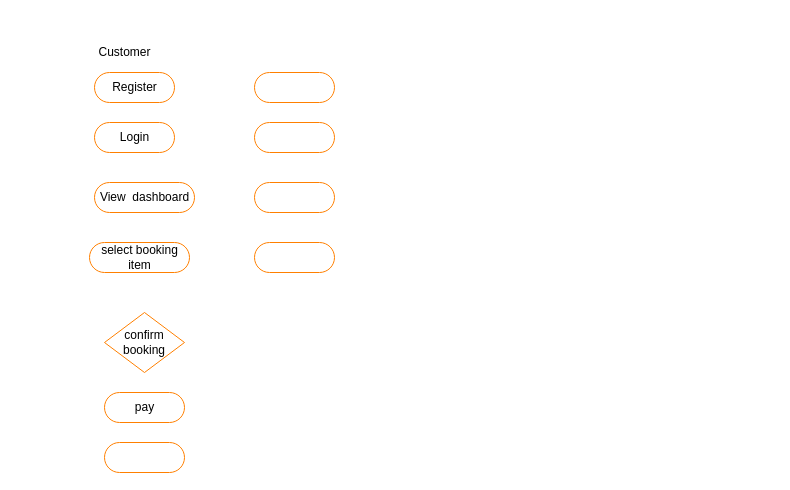
The draw.io diagram component/Untitled Diagram.drawio in ssaymanasrin10/sp2, before the edit. Source tidied: cells renumbered, new cells numbered last; positions are measured from the earlier drawing's top-left corner, leaving out a move shared by most shapes. Both pictures are drawn from the tidied source at 100%, with x=0, y=0 at pixel (89, 42).
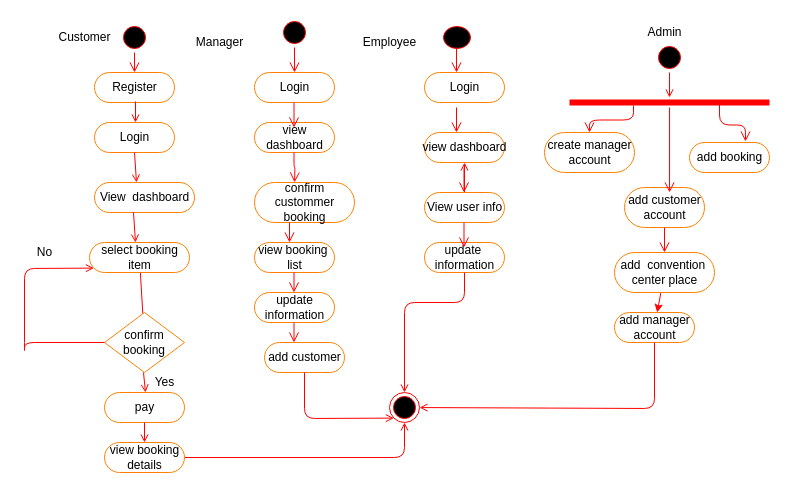
The same page after the edit.

Unchanged cells that the change refers to:
```xml
<mxCell id="2" value="Register" style="html=1;dashed=0;whitespace=wrap;shape=mxgraph.dfd.start;strokeColor=#FF8000;" parent="1" vertex="1">
  <mxGeometry x="5" y="30" width="80" height="30" as="geometry" />
</mxCell>
<mxCell id="5" value="select booking&lt;br&gt;item" style="html=1;dashed=0;whitespace=wrap;shape=mxgraph.dfd.start;strokeColor=#FF8000;" parent="1" vertex="1">
  <mxGeometry y="200" width="100" height="30" as="geometry" />
</mxCell>
<mxCell id="6" value="pay" style="html=1;dashed=0;whitespace=wrap;shape=mxgraph.dfd.start;strokeColor=#FF8000;" parent="1" vertex="1">
  <mxGeometry x="15" y="350" width="80" height="30" as="geometry" />
</mxCell>
<mxCell id="7" value="confirm booking" style="rhombus;whiteSpace=wrap;html=1;strokeColor=#FF8000;" parent="1" vertex="1">
  <mxGeometry x="15" y="270" width="80" height="60" as="geometry" />
</mxCell>
```

Change to the diagram source:
```diff
@@
+    <mxCell id="14" style="edgeStyle=none;rounded=1;jettySize=auto;html=1;startArrow=none;startFill=0;endArrow=none;endFill=0;strokeColor=#FF0000;" parent="1" edge="1" source="5" target="7">
+      <mxGeometry relative="1" as="geometry" />
+    </mxCell>
@@
     <mxCell id="8" value="Customer" style="text;html=1;align=center;verticalAlign=middle;strokeColor=none;" parent="1" vertex="1">
-      <mxGeometry width="70" height="20" as="geometry" />
+      <mxGeometry x="-40" y="-15" width="70" height="20" as="geometry" />
     </mxCell>
-    <mxCell id="9" style="html=1;dashed=0;whitespace=wrap;shape=mxgraph.dfd.start;strokeColor=#FF8000;" parent="1" vertex="1">
-      <mxGeometry x="15" y="400" width="80" height="30" as="geometry" />
-    </mxCell>
-    <mxCell id="10" style="html=1;dashed=0;whitespace=wrap;shape=mxgraph.dfd.start;strokeColor=#FF8000;" parent="1" vertex="1">
-      <mxGeometry x="165" y="140" width="80" height="30" as="geometry" />
-    </mxCell>
-    <mxCell id="11" style="html=1;dashed=0;whitespace=wrap;shape=mxgraph.dfd.start;strokeColor=#FF8000;" parent="1" vertex="1">
-      <mxGeometry x="165" y="30" width="80" height="30" as="geometry" />
-    </mxCell>
-    <mxCell id="12" style="html=1;dashed=0;whitespace=wrap;shape=mxgraph.dfd.start;strokeColor=#FF8000;" parent="1" vertex="1">
-      <mxGeometry x="165" y="80" width="80" height="30" as="geometry" />
-    </mxCell>
-    <mxCell id="13" style="html=1;dashed=0;whitespace=wrap;shape=mxgraph.dfd.start;strokeColor=#FF8000;" parent="1" vertex="1">
-      <mxGeometry x="165" y="200" width="80" height="30" as="geometry" />
-    </mxCell>
+    <mxCell id="15" style="edgeStyle=none;rounded=1;jettySize=auto;html=1;startArrow=open;startFill=0;endArrow=none;endFill=0;strokeColor=#FF0000;entryX=1;entryY=0.5;entryDx=0;entryDy=0;entryPerimeter=0;exitX=0.5;exitY=1;exitDx=0;exitDy=0;" parent="1" edge="1" source="45" target="16">
+      <mxGeometry relative="1" as="geometry">
+        <Array as="points">
+          <mxPoint x="315" y="415" />
+        </Array>
+      </mxGeometry>
+    </mxCell>
+    <mxCell id="16" value="view booking&lt;br&gt;details" style="html=1;dashed=0;whitespace=wrap;shape=mxgraph.dfd.start;strokeColor=#FF8000;" parent="1" vertex="1">
+      <mxGeometry x="15" y="400" width="80" height="30" as="geometry" />
+    </mxCell>
+    <mxCell id="17" value="confirm &lt;br&gt;custommer&lt;br&gt;booking" style="html=1;dashed=0;whitespace=wrap;shape=mxgraph.dfd.start;strokeColor=#FF8000;" parent="1" vertex="1">
+      <mxGeometry x="165" y="140" width="100" height="40" as="geometry" />
+    </mxCell>
+    <mxCell id="18" value="Login" style="html=1;dashed=0;whitespace=wrap;shape=mxgraph.dfd.start;strokeColor=#FF8000;" parent="1" vertex="1">
+      <mxGeometry x="165" y="30" width="80" height="30" as="geometry" />
+    </mxCell>
+    <mxCell id="19" value="view &lt;br&gt;dashboard" style="html=1;dashed=0;whitespace=wrap;shape=mxgraph.dfd.start;strokeColor=#FF8000;" parent="1" vertex="1">
+      <mxGeometry x="165" y="80" width="80" height="30" as="geometry" />
+    </mxCell>
+    <mxCell id="20" value="view booking&amp;nbsp;&lt;br&gt;list" style="html=1;dashed=0;whitespace=wrap;shape=mxgraph.dfd.start;strokeColor=#FF8000;" parent="1" vertex="1">
+      <mxGeometry x="165" y="200" width="80" height="30" as="geometry" />
+    </mxCell>
+    <mxCell id="21" value="update&lt;br&gt;information" style="html=1;dashed=0;whitespace=wrap;shape=mxgraph.dfd.start;strokeColor=#FF8000;" parent="1" vertex="1">
+      <mxGeometry x="165" y="250" width="80" height="30" as="geometry" />
+    </mxCell>
+    <mxCell id="22" value="add customer" style="html=1;dashed=0;whitespace=wrap;shape=mxgraph.dfd.start;strokeColor=#FF8000;" parent="1" vertex="1">
+      <mxGeometry x="175" y="300" width="80" height="30" as="geometry" />
+    </mxCell>
+    <mxCell id="23" value="Login" style="html=1;dashed=0;whitespace=wrap;shape=mxgraph.dfd.start;strokeColor=#FF8000;" parent="1" vertex="1">
+      <mxGeometry x="335" y="30" width="80" height="30" as="geometry" />
+    </mxCell>
+    <mxCell id="24" value="Manager" style="text;html=1;align=center;verticalAlign=middle;strokeColor=none;" parent="1" vertex="1">
+      <mxGeometry x="100" y="-10" width="60" height="20" as="geometry" />
+    </mxCell>
+    <mxCell id="25" style="edgeStyle=none;rounded=1;jettySize=auto;html=1;startArrow=none;startFill=0;endArrow=open;endFill=0;strokeColor=#FF0000;" parent="1" edge="1" source="26" target="27">
+      <mxGeometry relative="1" as="geometry" />
+    </mxCell>
+    <mxCell id="26" value="View user info" style="html=1;dashed=0;whitespace=wrap;shape=mxgraph.dfd.start;strokeColor=#FF8000;" parent="1" vertex="1">
+      <mxGeometry x="335" y="150" width="80" height="30" as="geometry" />
+    </mxCell>
+    <mxCell id="27" value="view dashboard" style="html=1;dashed=0;whitespace=wrap;shape=mxgraph.dfd.start;strokeColor=#FF8000;" parent="1" vertex="1">
+      <mxGeometry x="335" y="90" width="80" height="30" as="geometry" />
+    </mxCell>
+    <mxCell id="28" value="update&amp;nbsp; &lt;br&gt;information" style="html=1;dashed=0;whitespace=wrap;shape=mxgraph.dfd.start;strokeColor=#FF8000;" parent="1" vertex="1">
+      <mxGeometry x="335" y="200" width="80" height="30" as="geometry" />
+    </mxCell>
+    <mxCell id="29" value="Employee" style="text;html=1;align=center;verticalAlign=middle;strokeColor=none;" parent="1" vertex="1">
+      <mxGeometry x="265" y="-10" width="70" height="20" as="geometry" />
+    </mxCell>
+    <mxCell id="30" value="create manager&lt;br&gt;account" style="html=1;dashed=0;whitespace=wrap;shape=mxgraph.dfd.start;strokeColor=#FF8000;" parent="1" vertex="1">
+      <mxGeometry x="455" y="90" width="90" height="40" as="geometry" />
+    </mxCell>
+    <mxCell id="31" style="edgeStyle=none;rounded=1;jettySize=auto;html=1;strokeColor=#FF0000;" parent="1" edge="1" source="32" target="35">
+      <mxGeometry relative="1" as="geometry" />
+    </mxCell>
+    <mxCell id="32" value="add&amp;nbsp; convention&amp;nbsp;&lt;br&gt;center place" style="html=1;dashed=0;whitespace=wrap;shape=mxgraph.dfd.start;strokeColor=#FF8000;" parent="1" vertex="1">
+      <mxGeometry x="525" y="210" width="100" height="40" as="geometry" />
+    </mxCell>
+    <mxCell id="33" value="add customer&lt;br&gt;account" style="html=1;dashed=0;whitespace=wrap;shape=mxgraph.dfd.start;strokeColor=#FF8000;" parent="1" vertex="1">
+      <mxGeometry x="535" y="145" width="80" height="40" as="geometry" />
+    </mxCell>
+    <mxCell id="34" value="add booking" style="html=1;dashed=0;whitespace=wrap;shape=mxgraph.dfd.start;strokeColor=#FF8000;" parent="1" vertex="1">
+      <mxGeometry x="600" y="100" width="80" height="30" as="geometry" />
+    </mxCell>
+    <mxCell id="35" value="add manager&lt;br&gt;account" style="html=1;dashed=0;whitespace=wrap;shape=mxgraph.dfd.start;strokeColor=#FF8000;" parent="1" vertex="1">
+      <mxGeometry x="525" y="270" width="80" height="30" as="geometry" />
+    </mxCell>
+    <mxCell id="36" value="Admin" style="text;html=1;align=center;verticalAlign=middle;strokeColor=none;" parent="1" vertex="1">
+      <mxGeometry x="550" y="-20" width="50" height="20" as="geometry" />
+    </mxCell>
+    <mxCell id="37" style="ellipse;html=1;shape=startState;fillColor=#000000;strokeColor=#ff0000;" parent="1" vertex="1">
+      <mxGeometry x="565" width="30" height="30" as="geometry" />
+    </mxCell>
+    <mxCell id="38" style="edgeStyle=orthogonalEdgeStyle;rounded=0;jettySize=auto;html=1;endArrow=none;endFill=0;strokeColor=#FF0000;startArrow=open;startFill=0;" parent="1" edge="1" source="39" target="37">
+      <mxGeometry relative="1" as="geometry" />
+    </mxCell>
+    <mxCell id="39" style="shape=line;html=1;strokeWidth=6;strokeColor=#ff0000;" parent="1" vertex="1">
+      <mxGeometry x="480" y="55" width="200" height="10" as="geometry" />
+    </mxCell>
+    <mxCell id="40" style="edgeStyle=orthogonalEdgeStyle;html=1;verticalAlign=bottom;endArrow=open;endSize=8;strokeColor=#ff0000;entryX=0.563;entryY=0.125;entryDx=0;entryDy=0;entryPerimeter=0;" parent="1" edge="1" source="39" target="33">
+      <mxGeometry relative="1" as="geometry" />
+    </mxCell>
+    <mxCell id="41" style="edgeStyle=orthogonalEdgeStyle;html=1;verticalAlign=bottom;endArrow=open;endSize=8;strokeColor=#ff0000;entryX=0.7;entryY=-0.033;entryDx=0;entryDy=0;entryPerimeter=0;exitX=0.75;exitY=0.5;exitDx=0;exitDy=0;exitPerimeter=0;" parent="1" edge="1" source="39" target="34">
+      <mxGeometry relative="1" as="geometry" />
+    </mxCell>
+    <mxCell id="42" style="edgeStyle=orthogonalEdgeStyle;html=1;verticalAlign=bottom;endArrow=open;endSize=8;strokeColor=#ff0000;exitX=0.32;exitY=0.8;exitDx=0;exitDy=0;exitPerimeter=0;" parent="1" edge="1" source="39" target="30">
+      <mxGeometry relative="1" as="geometry" />
+    </mxCell>
+    <mxCell id="43" style="html=1;verticalAlign=bottom;endArrow=open;endSize=8;strokeColor=#ff0000;entryX=0.5;entryY=0.5;entryDx=0;entryDy=-20;entryPerimeter=0;exitX=0.5;exitY=0.5;exitDx=0;exitDy=20;exitPerimeter=0;" parent="1" edge="1" source="33" target="32">
+      <mxGeometry relative="1" as="geometry" />
+    </mxCell>
+    <mxCell id="44" style="edgeStyle=none;rounded=1;jettySize=auto;html=1;strokeColor=#FF0000;entryX=0.5;entryY=0.5;entryDx=0;entryDy=15;entryPerimeter=0;endArrow=none;endFill=0;startArrow=open;startFill=0;" parent="1" edge="1" source="45" target="35">
+      <mxGeometry relative="1" as="geometry">
+        <Array as="points">
+          <mxPoint x="565" y="366" />
+        </Array>
+      </mxGeometry>
+    </mxCell>
+    <mxCell id="45" style="ellipse;html=1;shape=endState;fillColor=#000000;strokeColor=#ff0000;" parent="1" vertex="1">
+      <mxGeometry x="300" y="350" width="30" height="30" as="geometry" />
+    </mxCell>
+    <mxCell id="46" style="edgeStyle=orthogonalEdgeStyle;html=1;verticalAlign=bottom;endArrow=open;endSize=8;strokeColor=#ff0000;" parent="1" edge="1">
+      <mxGeometry relative="1" as="geometry">
+        <mxPoint x="55" y="20" as="sourcePoint" />
+        <mxPoint x="55" y="20" as="targetPoint" />
+        <Array as="points">
+          <mxPoint x="55" y="20" />
+          <mxPoint x="55" y="20" />
+        </Array>
+      </mxGeometry>
+    </mxCell>
+    <mxCell id="47" style="ellipse;html=1;shape=startState;fillColor=#000000;strokeColor=#ff0000;" parent="1" vertex="1">
+      <mxGeometry x="30" y="-20" width="30" height="30" as="geometry" />
+    </mxCell>
+    <mxCell id="48" style="html=1;verticalAlign=bottom;endArrow=open;endSize=8;strokeColor=#ff0000;entryX=0.5;entryY=0.5;entryDx=0;entryDy=-15;entryPerimeter=0;" parent="1" edge="1" source="47" target="2">
+      <mxGeometry relative="1" as="geometry" />
+    </mxCell>
+    <mxCell id="49" style="edgeStyle=none;rounded=1;orthogonalLoop=1;jettySize=auto;html=1;startArrow=none;startFill=0;endArrow=open;endFill=0;strokeColor=#FF0000;" parent="1" edge="1">
+      <mxGeometry relative="1" as="geometry">
+        <mxPoint x="46" y="59" as="sourcePoint" />
+        <mxPoint x="46" y="80" as="targetPoint" />
+      </mxGeometry>
+    </mxCell>
+    <mxCell id="50" style="edgeStyle=none;rounded=1;orthogonalLoop=1;jettySize=auto;html=1;startArrow=none;startFill=0;endArrow=open;endFill=0;strokeColor=#FF0000;" parent="1" edge="1">
+      <mxGeometry relative="1" as="geometry">
+        <mxPoint x="45" y="110" as="sourcePoint" />
+        <mxPoint x="47" y="140" as="targetPoint" />
+      </mxGeometry>
+    </mxCell>
+    <mxCell id="51" style="edgeStyle=none;rounded=1;orthogonalLoop=1;jettySize=auto;html=1;startArrow=none;startFill=0;endArrow=open;endFill=0;strokeColor=#FF0000;" parent="1" edge="1">
+      <mxGeometry relative="1" as="geometry">
+        <mxPoint x="44" y="170" as="sourcePoint" />
+        <mxPoint x="46" y="200" as="targetPoint" />
+      </mxGeometry>
+    </mxCell>
+    <mxCell id="52" style="edgeStyle=none;rounded=1;orthogonalLoop=1;jettySize=auto;html=1;startArrow=none;startFill=0;endArrow=open;endFill=0;strokeColor=#FF0000;" parent="1" edge="1">
+      <mxGeometry relative="1" as="geometry">
+        <mxPoint x="54" y="330" as="sourcePoint" />
+        <mxPoint x="56" y="350" as="targetPoint" />
+      </mxGeometry>
+    </mxCell>
+    <mxCell id="53" style="edgeStyle=none;rounded=1;jettySize=auto;html=1;startArrow=none;startFill=0;endArrow=open;endFill=0;strokeColor=#FF0000;exitX=0.5;exitY=0.5;exitDx=0;exitDy=15;exitPerimeter=0;entryX=0.5;entryY=0.5;entryDx=0;entryDy=-15;entryPerimeter=0;" parent="1" edge="1" source="6" target="16">
+      <mxGeometry relative="1" as="geometry" />
+    </mxCell>
+    <mxCell id="54" style="ellipse;html=1;shape=startState;fillColor=#000000;strokeColor=#ff0000;" parent="1" vertex="1">
+      <mxGeometry x="190" y="-25" width="30" height="30" as="geometry" />
+    </mxCell>
+    <mxCell id="55" style="edgeStyle=orthogonalEdgeStyle;html=1;verticalAlign=bottom;endArrow=open;endSize=8;strokeColor=#ff0000;entryX=0.5;entryY=0.5;entryDx=0;entryDy=-15;entryPerimeter=0;" parent="1" edge="1" source="54" target="18">
+      <mxGeometry relative="1" as="geometry" />
+    </mxCell>
+    <mxCell id="56" style="ellipse;html=1;shape=startState;fillColor=#000000;strokeColor=#ff0000;" parent="1" vertex="1">
+      <mxGeometry x="350" y="-20" width="35" height="30" as="geometry" />
+    </mxCell>
+    <mxCell id="57" style="edgeStyle=orthogonalEdgeStyle;html=1;verticalAlign=bottom;endArrow=open;endSize=8;strokeColor=#ff0000;entryX=0.5;entryY=0.5;entryDx=0;entryDy=-15;entryPerimeter=0;" parent="1" edge="1">
+      <mxGeometry relative="1" as="geometry">
+        <mxPoint x="367" y="5" as="sourcePoint" />
+        <mxPoint x="367" y="30" as="targetPoint" />
+        <Array as="points">
+          <mxPoint x="367" y="5" />
+        </Array>
+      </mxGeometry>
+    </mxCell>
+    <mxCell id="58" style="edgeStyle=none;rounded=1;jettySize=auto;html=1;startArrow=none;startFill=0;endArrow=open;endFill=0;strokeColor=#FF0000;exitX=0;exitY=0.5;exitDx=0;exitDy=0;entryX=0;entryY=0;entryDx=4.395;entryDy=25.604999999999997;entryPerimeter=0;" parent="1" edge="1" source="7" target="5">
+      <mxGeometry relative="1" as="geometry">
+        <Array as="points">
+          <mxPoint x="-65" y="300" />
+          <mxPoint x="-65" y="310" />
+          <mxPoint x="-65" y="226" />
+        </Array>
+      </mxGeometry>
+    </mxCell>
+    <mxCell id="59" value="Yes" style="text;html=1;align=center;verticalAlign=middle;strokeColor=none;" parent="1" vertex="1">
+      <mxGeometry x="55" y="330" width="40" height="20" as="geometry" />
+    </mxCell>
+    <mxCell id="60" value="No" style="text;html=1;align=center;verticalAlign=middle;strokeColor=none;" parent="1" vertex="1">
+      <mxGeometry x="-60" y="200" width="30" height="20" as="geometry" />
+    </mxCell>
+    <mxCell id="61" style="edgeStyle=orthogonalEdgeStyle;html=1;verticalAlign=bottom;endArrow=open;endSize=8;strokeColor=#ff0000;entryX=0.5;entryY=0.5;entryDx=0;entryDy=-15;entryPerimeter=0;" parent="1" edge="1">
+      <mxGeometry relative="1" as="geometry">
+        <mxPoint x="204.5" y="60" as="sourcePoint" />
+        <mxPoint x="204.5" y="85" as="targetPoint" />
+        <Array as="points">
+          <mxPoint x="205" y="80" />
+          <mxPoint x="205" y="80" />
+        </Array>
+      </mxGeometry>
+    </mxCell>
+    <mxCell id="62" style="edgeStyle=orthogonalEdgeStyle;html=1;verticalAlign=bottom;endArrow=open;endSize=8;strokeColor=#ff0000;exitX=0.494;exitY=1;exitDx=0;exitDy=0;exitPerimeter=0;" parent="1" edge="1" source="19">
+      <mxGeometry relative="1" as="geometry">
+        <mxPoint x="205" y="140" as="targetPoint" />
+      </mxGeometry>
+    </mxCell>
+    <mxCell id="63" style="html=1;verticalAlign=bottom;endArrow=open;endSize=8;strokeColor=#ff0000;exitX=0.494;exitY=1;exitDx=0;exitDy=0;exitPerimeter=0;" parent="1" edge="1">
+      <mxGeometry relative="1" as="geometry">
+        <mxPoint x="200" y="180" as="sourcePoint" />
+        <mxPoint x="200" y="200" as="targetPoint" />
+      </mxGeometry>
+    </mxCell>
+    <mxCell id="64" style="html=1;verticalAlign=bottom;endArrow=open;endSize=8;strokeColor=#ff0000;exitX=0.494;exitY=1;exitDx=0;exitDy=0;exitPerimeter=0;" parent="1" edge="1">
+      <mxGeometry relative="1" as="geometry">
+        <mxPoint x="204.5" y="230" as="sourcePoint" />
+        <mxPoint x="204.5" y="250" as="targetPoint" />
+      </mxGeometry>
+    </mxCell>
+    <mxCell id="65" style="html=1;verticalAlign=bottom;endArrow=open;endSize=8;strokeColor=#ff0000;exitX=0.494;exitY=1;exitDx=0;exitDy=0;exitPerimeter=0;" parent="1" edge="1">
+      <mxGeometry relative="1" as="geometry">
+        <mxPoint x="204.5" y="280" as="sourcePoint" />
+        <mxPoint x="204.5" y="300" as="targetPoint" />
+      </mxGeometry>
+    </mxCell>
+    <mxCell id="66" style="edgeStyle=none;rounded=1;jettySize=auto;html=1;startArrow=open;startFill=0;endArrow=none;endFill=0;strokeColor=#FF0000;entryX=0.5;entryY=0.5;entryDx=0;entryDy=15;entryPerimeter=0;exitX=0;exitY=1;exitDx=0;exitDy=0;" parent="1" edge="1" source="45" target="22">
+      <mxGeometry relative="1" as="geometry">
+        <Array as="points">
+          <mxPoint x="215" y="376" />
+        </Array>
+      </mxGeometry>
+    </mxCell>
+    <mxCell id="67" style="edgeStyle=orthogonalEdgeStyle;html=1;verticalAlign=bottom;endArrow=open;endSize=8;strokeColor=#ff0000;entryX=0.5;entryY=0.5;entryDx=0;entryDy=-15;entryPerimeter=0;" parent="1" edge="1">
+      <mxGeometry relative="1" as="geometry">
+        <mxPoint x="367" y="65" as="sourcePoint" />
+        <mxPoint x="367" y="90" as="targetPoint" />
+        <Array as="points">
+          <mxPoint x="367" y="65" />
+        </Array>
+      </mxGeometry>
+    </mxCell>
+    <mxCell id="68" style="edgeStyle=orthogonalEdgeStyle;html=1;verticalAlign=bottom;endArrow=open;endSize=8;strokeColor=#ff0000;entryX=0.5;entryY=0.5;entryDx=0;entryDy=-15;entryPerimeter=0;" parent="1" edge="1">
+      <mxGeometry relative="1" as="geometry">
+        <mxPoint x="374.5" y="125" as="sourcePoint" />
+        <mxPoint x="374.5" y="150" as="targetPoint" />
+        <Array as="points">
+          <mxPoint x="374.5" y="125" />
+        </Array>
+      </mxGeometry>
+    </mxCell>
+    <mxCell id="69" style="edgeStyle=orthogonalEdgeStyle;html=1;verticalAlign=bottom;endArrow=open;endSize=8;strokeColor=#ff0000;entryX=0.5;entryY=0.5;entryDx=0;entryDy=-15;entryPerimeter=0;" parent="1" edge="1">
+      <mxGeometry relative="1" as="geometry">
+        <mxPoint x="374.5" y="180" as="sourcePoint" />
+        <mxPoint x="374.5" y="205" as="targetPoint" />
+        <Array as="points">
+          <mxPoint x="374.5" y="180" />
+        </Array>
+      </mxGeometry>
+    </mxCell>
+    <mxCell id="70" style="edgeStyle=none;rounded=1;jettySize=auto;html=1;strokeColor=#FF0000;entryX=0.5;entryY=0.5;entryDx=0;entryDy=15;entryPerimeter=0;endArrow=none;endFill=0;startArrow=open;startFill=0;exitX=0.5;exitY=0;exitDx=0;exitDy=0;" parent="1" edge="1" source="45" target="28">
+      <mxGeometry relative="1" as="geometry">
+        <Array as="points">
+          <mxPoint x="315" y="260" />
+          <mxPoint x="375" y="260" />
+        </Array>
+      </mxGeometry>
+    </mxCell>
```
